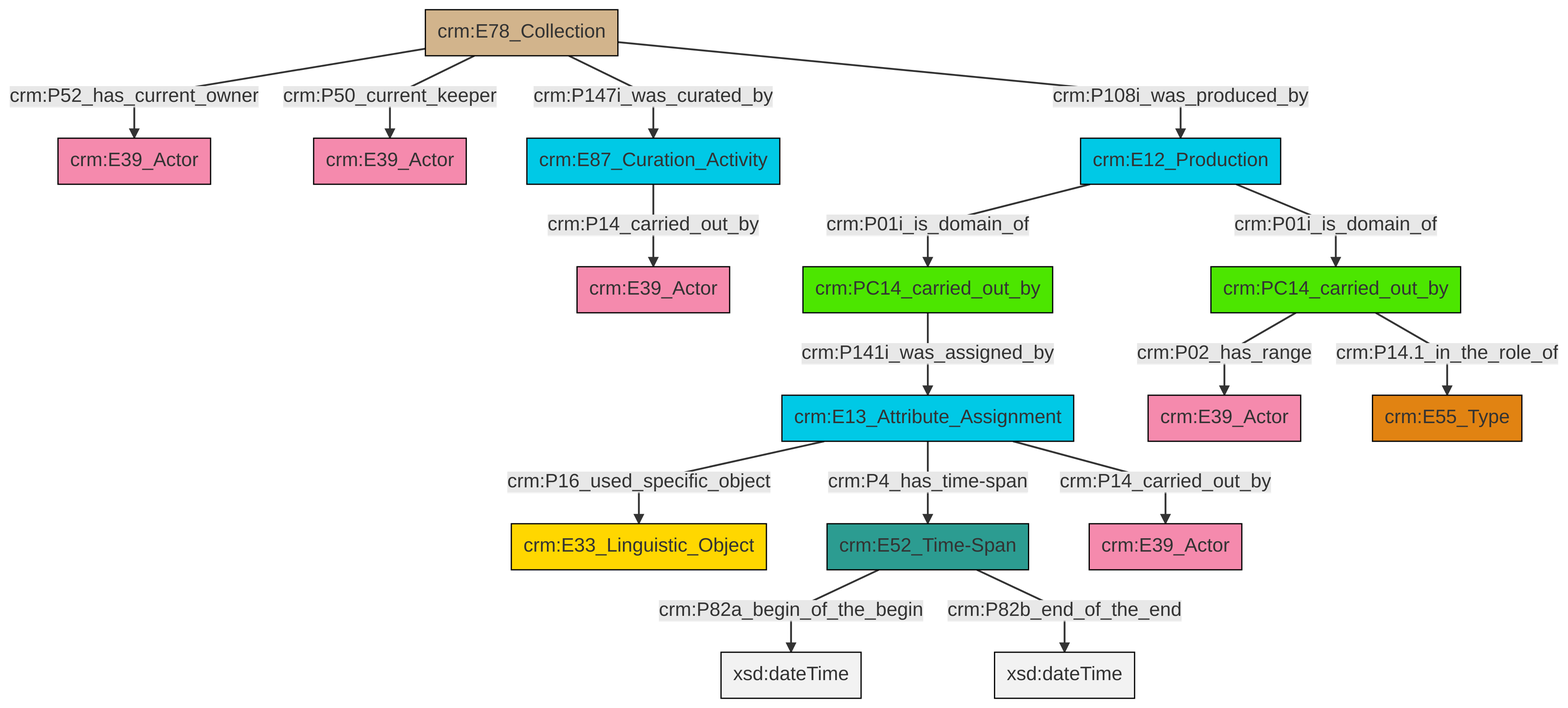
The Mermaid diagram et/archivalCSV/ttl/mmd/png/archival_relation.png in swiss-art-research-net/docs.swissartresearch, before a commit. Its source is kept beside it as et/archivalCSV/ttl/mmd/archival_relation.ttl.mmd.
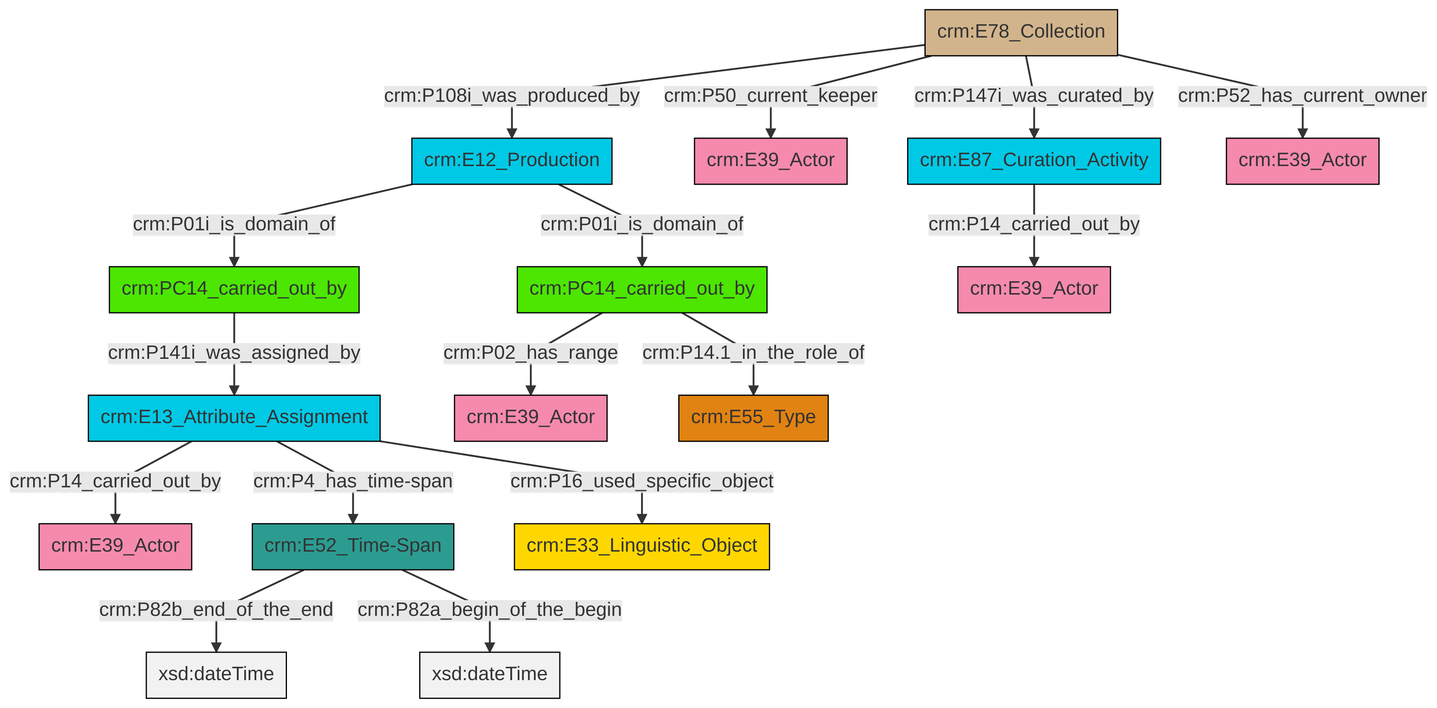
Later version of the same file.

Change to the diagram source:
```diff
@@ -13,18 +13,18 @@
 classDef PC_Classes fill:#4ce600, stroke:#000000;
 classDef Multi fill:#cccccc,stroke:#000000;
 
-0["crm:E13_Attribute_Assignment"]:::Temporal_Entity -->|crm:P16_used_specific_object| 1["crm:E33_Linguistic_Object"]:::Conceptual_Object
-7["crm:E78_Collection"]:::Physical_Thing -->|crm:P50_current_keeper| 11["crm:E39_Actor"]:::Actor
-12["crm:E87_Curation_Activity"]:::Temporal_Entity -->|crm:P14_carried_out_by| 2["crm:E39_Actor"]:::Actor
-17["crm:E52_Time-Span"]:::Time-Span -->|crm:P82a_begin_of_the_begin| 18[xsd:dateTime]:::Literal
-17["crm:E52_Time-Span"]:::Time-Span -->|crm:P82b_end_of_the_end| 20[xsd:dateTime]:::Literal
-9["crm:PC14_carried_out_by"]:::PC_Classes -->|crm:P141i_was_assigned_by| 0["crm:E13_Attribute_Assignment"]:::Temporal_Entity
-13["crm:E12_Production"]:::Temporal_Entity -->|crm:P01i_is_domain_of| 21["crm:PC14_carried_out_by"]:::PC_Classes
-7["crm:E78_Collection"]:::Physical_Thing -->|crm:P52_has_current_owner| 5["crm:E39_Actor"]:::Actor
-21["crm:PC14_carried_out_by"]:::PC_Classes -->|crm:P02_has_range| 15["crm:E39_Actor"]:::Actor
-0["crm:E13_Attribute_Assignment"]:::Temporal_Entity -->|crm:P4_has_time-span| 17["crm:E52_Time-Span"]:::Time-Span
-7["crm:E78_Collection"]:::Physical_Thing -->|crm:P108i_was_produced_by| 13["crm:E12_Production"]:::Temporal_Entity
-21["crm:PC14_carried_out_by"]:::PC_Classes -->|crm:P14.1_in_the_role_of| 25["crm:E55_Type"]:::Type
-13["crm:E12_Production"]:::Temporal_Entity -->|crm:P01i_is_domain_of| 9["crm:PC14_carried_out_by"]:::PC_Classes
-0["crm:E13_Attribute_Assignment"]:::Temporal_Entity -->|crm:P14_carried_out_by| 22["crm:E39_Actor"]:::Actor
-7["crm:E78_Collection"]:::Physical_Thing -->|crm:P147i_was_curated_by| 12["crm:E87_Curation_Activity"]:::Temporal_Entity
+0["crm:E78_Collection"]:::Physical_Thing -->|crm:P147i_was_curated_by| 1["crm:E87_Curation_Activity"]:::Temporal_Entity
+0["crm:E78_Collection"]:::Physical_Thing -->|crm:P50_current_keeper| 2["crm:E39_Actor"]:::Actor
+5["crm:E13_Attribute_Assignment"]:::Temporal_Entity -->|crm:P14_carried_out_by| 6["crm:E39_Actor"]:::Actor
+0["crm:E78_Collection"]:::Physical_Thing -->|crm:P108i_was_produced_by| 7["crm:E12_Production"]:::Temporal_Entity
+7["crm:E12_Production"]:::Temporal_Entity -->|crm:P01i_is_domain_of| 9["crm:PC14_carried_out_by"]:::PC_Classes
+7["crm:E12_Production"]:::Temporal_Entity -->|crm:P01i_is_domain_of| 3["crm:PC14_carried_out_by"]:::PC_Classes
+15["crm:E52_Time-Span"]:::Time-Span -->|crm:P82b_end_of_the_end| 16[xsd:dateTime]:::Literal
+1["crm:E87_Curation_Activity"]:::Temporal_Entity -->|crm:P14_carried_out_by| 17["crm:E39_Actor"]:::Actor
+9["crm:PC14_carried_out_by"]:::PC_Classes -->|crm:P141i_was_assigned_by| 5["crm:E13_Attribute_Assignment"]:::Temporal_Entity
+3["crm:PC14_carried_out_by"]:::PC_Classes -->|crm:P02_has_range| 10["crm:E39_Actor"]:::Actor
+5["crm:E13_Attribute_Assignment"]:::Temporal_Entity -->|crm:P16_used_specific_object| 20["crm:E33_Linguistic_Object"]:::Conceptual_Object
+3["crm:PC14_carried_out_by"]:::PC_Classes -->|crm:P14.1_in_the_role_of| 24["crm:E55_Type"]:::Type
+0["crm:E78_Collection"]:::Physical_Thing -->|crm:P52_has_current_owner| 22["crm:E39_Actor"]:::Actor
+15["crm:E52_Time-Span"]:::Time-Span -->|crm:P82a_begin_of_the_begin| 26[xsd:dateTime]:::Literal
+5["crm:E13_Attribute_Assignment"]:::Temporal_Entity -->|crm:P4_has_time-span| 15["crm:E52_Time-Span"]:::Time-Span
```
